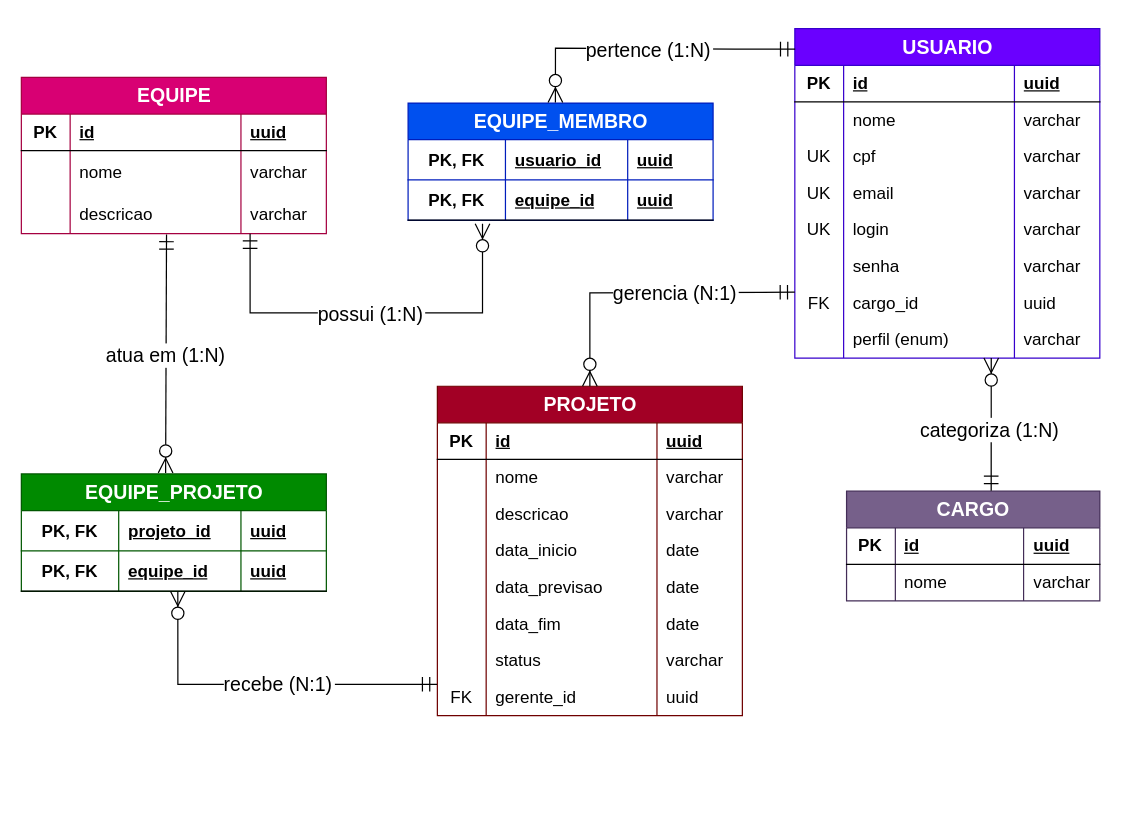
vBaggio/a3-psc-s1 keeps this draw.io diagram as docs/assets/a3.drawio. Above is the earlier version. Source tidied: cells renumbered, new cells numbered last; positions are measured from the earlier drawing's top-left corner, leaving out a move shared by most shapes. Both pictures are drawn from the tidied source at 122%, with x=0, y=0 at pixel (21, 28).
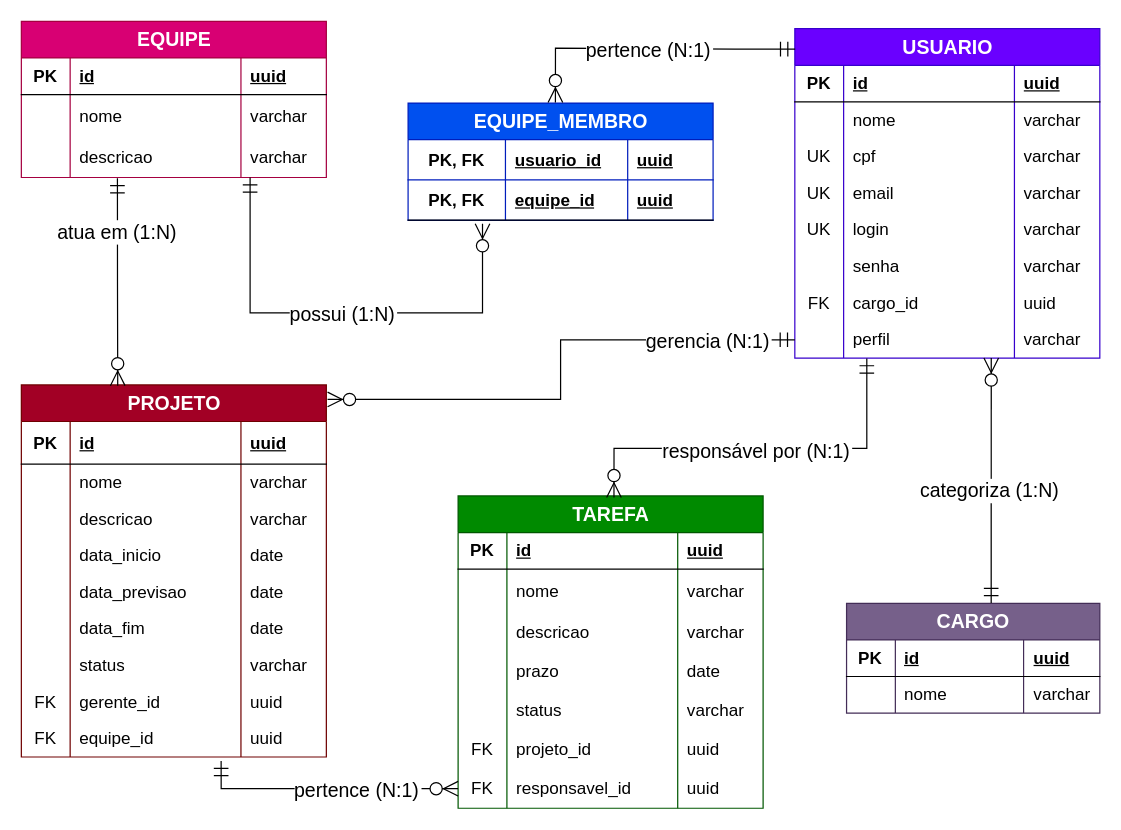
The same diagram, later.

Commit message (it also covers changes not shown here):
docs: atualizar diagramas e documentação da Sprint 8

Unchanged cells that the change refers to:
```xml
<mxCell id="35" value="&lt;font style=&quot;font-size: 16px;&quot;&gt;USUARIO&lt;/font&gt;" style="shape=table;startSize=30;childLayout=tableLayout;rowLines=0;fontStyle=1;align=center;html=1;fontSize=14;fillColor=#6a00ff;fontColor=#ffffff;strokeColor=#3700CC;" parent="1" vertex="1">
  <mxGeometry x="634" width="250" height="270" as="geometry" />
</mxCell>
<mxCell id="64" style="shape=tableRow;horizontal=0;startSize=0;swimlaneHead=0;swimlaneBody=0;fillColor=none;points=[[0,0.5],[1,0.5]];portConstraint=eastwest;top=0;left=0;right=0;bottom=0;fontSize=14;" parent="35" vertex="1">
  <mxGeometry y="240" width="250" height="30" as="geometry" />
</mxCell>
<mxCell id="88" style="shape=tableRow;horizontal=0;startSize=0;swimlaneHead=0;swimlaneBody=0;fillColor=none;points=[[0,0.5],[1,0.5]];portConstraint=eastwest;top=0;left=0;right=0;bottom=0;fontSize=14;" parent="79" vertex="1">
  <mxGeometry y="96" width="250" height="32" as="geometry" />
</mxCell>
<mxCell id="92" value="&lt;font style=&quot;font-size: 16px;&quot;&gt;EQUIPE_MEMBRO&lt;/font&gt;" style="shape=table;startSize=30;childLayout=tableLayout;rowLines=0;fontStyle=1;align=center;html=1;fontSize=14;fillColor=#0050ef;fontColor=#ffffff;strokeColor=#001DBC;" parent="1" vertex="1">
  <mxGeometry x="317" y="61" width="250" height="96.2" as="geometry" />
</mxCell>
```

Diff of the diagram source:
```diff
@@
     <mxCell id="2" value="&lt;font style=&quot;font-size: 16px;&quot;&gt;PROJETO&lt;/font&gt;" style="shape=table;startSize=30;childLayout=tableLayout;rowLines=0;fontStyle=1;align=center;html=1;fontSize=14;fillColor=#a20025;fontColor=#ffffff;strokeColor=#6F0000;" parent="1" vertex="1">
-      <mxGeometry x="341" y="293.1" width="250" height="270" as="geometry" />
+      <mxGeometry y="292" width="250" height="305" as="geometry" />
     </mxCell>
     <mxCell id="3" style="shape=tableRow;horizontal=0;startSize=0;swimlaneHead=0;swimlaneBody=0;fillColor=none;top=0;left=0;right=0;bottom=1;fontSize=14;" parent="2" vertex="1">
-      <mxGeometry y="30" width="250" height="30" as="geometry" />
+      <mxGeometry y="30" width="250" height="35" as="geometry" />
     </mxCell>
     <mxCell id="4" value="PK" style="shape=partialRectangle;fillColor=none;top=0;left=0;bottom=0;right=0;fontStyle=1;overflow=hidden;whiteSpace=wrap;html=1;fontSize=14;" parent="3" vertex="1">
-      <mxGeometry width="40" height="30" as="geometry" />
+      <mxGeometry width="40" height="35" as="geometry" />
     </mxCell>
     <mxCell id="5" value="id" style="shape=partialRectangle;fillColor=none;top=0;left=0;bottom=0;right=0;align=left;spacingLeft=6;fontStyle=5;overflow=hidden;whiteSpace=wrap;html=1;fontSize=14;" parent="3" vertex="1">
-      <mxGeometry x="40" width="140" height="30" as="geometry" />
+      <mxGeometry x="40" width="140" height="35" as="geometry" />
     </mxCell>
     <mxCell id="6" value="uuid" style="shape=partialRectangle;fillColor=none;top=0;left=0;bottom=0;right=0;align=left;spacingLeft=6;fontStyle=5;overflow=hidden;whiteSpace=wrap;html=1;fontSize=14;" parent="3" vertex="1">
-      <mxGeometry x="180" width="70" height="30" as="geometry" />
+      <mxGeometry x="180" width="70" height="35" as="geometry" />
     </mxCell>
     <mxCell id="7" style="shape=tableRow;horizontal=0;startSize=0;swimlaneHead=0;swimlaneBody=0;fillColor=none;top=0;left=0;right=0;bottom=0;fontSize=14;" parent="2" vertex="1">
-      <mxGeometry y="60" width="250" height="30" as="geometry" />
+      <mxGeometry y="65" width="250" height="30" as="geometry" />
     </mxCell>
@@
     <mxCell id="11" style="shape=tableRow;horizontal=0;startSize=0;swimlaneHead=0;swimlaneBody=0;fillColor=none;top=0;left=0;right=0;bottom=0;fontSize=14;" parent="2" vertex="1">
-      <mxGeometry y="90" width="250" height="30" as="geometry" />
+      <mxGeometry y="95" width="250" height="30" as="geometry" />
     </mxCell>
@@
     <mxCell id="15" style="shape=tableRow;horizontal=0;startSize=0;swimlaneHead=0;swimlaneBody=0;fillColor=none;top=0;left=0;right=0;bottom=0;fontSize=14;" parent="2" vertex="1">
-      <mxGeometry y="120" width="250" height="30" as="geometry" />
+      <mxGeometry y="125" width="250" height="30" as="geometry" />
     </mxCell>
@@
     <mxCell id="19" style="shape=tableRow;horizontal=0;startSize=0;swimlaneHead=0;swimlaneBody=0;fillColor=none;top=0;left=0;right=0;bottom=0;fontSize=14;" parent="2" vertex="1">
-      <mxGeometry y="150" width="250" height="30" as="geometry" />
+      <mxGeometry y="155" width="250" height="30" as="geometry" />
     </mxCell>
@@
     <mxCell id="23" style="shape=tableRow;horizontal=0;startSize=0;swimlaneHead=0;swimlaneBody=0;fillColor=none;top=0;left=0;right=0;bottom=0;fontSize=14;" parent="2" vertex="1">
-      <mxGeometry y="180" width="250" height="30" as="geometry" />
+      <mxGeometry y="185" width="250" height="30" as="geometry" />
     </mxCell>
@@
     <mxCell id="27" style="shape=tableRow;horizontal=0;startSize=0;swimlaneHead=0;swimlaneBody=0;fillColor=none;top=0;left=0;right=0;bottom=0;fontSize=14;" parent="2" vertex="1">
-      <mxGeometry y="210" width="250" height="30" as="geometry" />
+      <mxGeometry y="215" width="250" height="30" as="geometry" />
     </mxCell>
@@
-    <mxCell id="29" value="status&lt;span style=&quot;white-space: pre;&quot;&gt;&#9;&lt;/span&gt;" style="shape=partialRectangle;fillColor=none;top=0;left=0;bottom=0;right=0;align=left;spacingLeft=6;overflow=hidden;whiteSpace=wrap;html=1;fontSize=14;" parent="27" vertex="1">
+    <mxCell id="29" value="status" style="shape=partialRectangle;fillColor=none;top=0;left=0;bottom=0;right=0;align=left;spacingLeft=6;overflow=hidden;whiteSpace=wrap;html=1;fontSize=14;" parent="27" vertex="1">
       <mxGeometry x="40" width="140" height="30" as="geometry" />
     </mxCell>
@@
     <mxCell id="31" style="shape=tableRow;horizontal=0;startSize=0;swimlaneHead=0;swimlaneBody=0;fillColor=none;points=[[0,0.5],[1,0.5]];portConstraint=eastwest;top=0;left=0;right=0;bottom=0;fontSize=14;" parent="2" vertex="1">
-      <mxGeometry y="240" width="250" height="30" as="geometry" />
+      <mxGeometry y="245" width="250" height="30" as="geometry" />
     </mxCell>
@@
+    <mxCell id="114" style="shape=tableRow;horizontal=0;startSize=0;swimlaneHead=0;swimlaneBody=0;fillColor=none;points=[[0,0.5],[1,0.5]];portConstraint=eastwest;top=0;left=0;right=0;bottom=0;fontSize=14;" parent="2" vertex="1">
+      <mxGeometry y="275" width="250" height="30" as="geometry" />
+    </mxCell>
+    <mxCell id="115" value="FK" style="shape=partialRectangle;fillColor=none;top=0;left=0;bottom=0;right=0;overflow=hidden;whiteSpace=wrap;html=1;fontSize=14;" parent="114" vertex="1">
+      <mxGeometry width="40" height="30" as="geometry" />
+    </mxCell>
+    <mxCell id="110" value="equipe_id" style="shape=partialRectangle;fillColor=none;top=0;left=0;bottom=0;right=0;align=left;spacingLeft=6;overflow=hidden;whiteSpace=wrap;html=1;fontSize=14;" parent="114" vertex="1">
+      <mxGeometry x="40" width="140" height="30" as="geometry" />
+    </mxCell>
+    <mxCell id="116" value="uuid" style="shape=partialRectangle;fillColor=none;top=0;left=0;bottom=0;right=0;align=left;spacingLeft=6;overflow=hidden;whiteSpace=wrap;html=1;fontSize=14;" parent="114" vertex="1">
+      <mxGeometry x="180" width="70" height="30" as="geometry" />
+    </mxCell>
@@
-    <mxCell id="66" value="perfil (enum)" style="shape=partialRectangle;fillColor=none;top=0;left=0;bottom=0;right=0;align=left;spacingLeft=6;overflow=hidden;whiteSpace=wrap;html=1;fontSize=14;" parent="64" vertex="1">
+    <mxCell id="66" value="perfil" style="shape=partialRectangle;fillColor=none;top=0;left=0;bottom=0;right=0;align=left;spacingLeft=6;overflow=hidden;whiteSpace=wrap;html=1;fontSize=14;" parent="64" vertex="1">
       <mxGeometry x="40" width="140" height="30" as="geometry" />
     </mxCell>
@@
     <mxCell id="68" value="&lt;span style=&quot;font-size: 16px;&quot;&gt;CARGO&lt;/span&gt;" style="shape=table;startSize=30;childLayout=tableLayout;rowLines=0;fontStyle=1;align=center;html=1;fontSize=14;fillColor=#76608a;fontColor=#ffffff;strokeColor=#432D57;" parent="1" vertex="1">
-      <mxGeometry x="676.4" y="379.1" width="207.6" height="90" as="geometry" />
+      <mxGeometry x="676.4" y="471" width="207.6" height="90" as="geometry" />
     </mxCell>
@@
-    <mxCell id="78" value="gerencia (N:1)" style="startArrow=ERmandOne;startSize=10;endArrow=ERzeroToMany;endSize=10;entryX=0.5;entryY=0;rounded=0;entryDx=0;entryDy=0;exitX=-0.003;exitY=0.126;exitDx=0;exitDy=0;exitPerimeter=0;edgeStyle=orthogonalEdgeStyle;fontSize=16;" parent="1" edge="1" target="2">
-      <mxGeometry x="-0.2" relative="1" as="geometry">
-        <mxPoint x="634" y="216" as="sourcePoint" />
-      </mxGeometry>
+    <mxCell id="78" value="gerencia (N:1)" style="startArrow=ERmandOne;startSize=10;endArrow=ERzeroToMany;endSize=10;entryX=1.004;entryY=0.039;rounded=0;entryDx=0;entryDy=0;exitX=0;exitY=0.5;exitDx=0;exitDy=0;edgeStyle=orthogonalEdgeStyle;fontSize=16;entryPerimeter=0;" parent="1" edge="1" source="64" target="2">
+      <mxGeometry x="-0.67" relative="1" as="geometry" />
     </mxCell>
     <mxCell id="79" value="&lt;font style=&quot;font-size: 16px;&quot;&gt;EQUIPE&lt;/font&gt;" style="shape=table;startSize=30;childLayout=tableLayout;rowLines=0;fontStyle=1;align=center;html=1;fontSize=14;fillColor=#d80073;fontColor=#ffffff;strokeColor=#A50040;" parent="1" vertex="1">
-      <mxGeometry y="40" width="250" height="128" as="geometry" />
+      <mxGeometry y="-6" width="250" height="128" as="geometry" />
     </mxCell>
@@
-    <mxCell id="102" value="pertence (1:N)" style="startArrow=ERmandOne;startSize=10;endArrow=ERzeroToMany;endSize=10;rounded=0;exitX=0.001;exitY=0.062;exitDx=0;exitDy=0;exitPerimeter=0;entryX=0.483;entryY=-0.005;entryDx=0;entryDy=0;entryPerimeter=0;edgeStyle=orthogonalEdgeStyle;fontSize=16;" parent="1" edge="1" source="35" target="92">
+    <mxCell id="102" value="pertence (N:1)" style="startArrow=ERmandOne;startSize=10;endArrow=ERzeroToMany;endSize=10;rounded=0;exitX=0.001;exitY=0.062;exitDx=0;exitDy=0;exitPerimeter=0;entryX=0.483;entryY=-0.005;entryDx=0;entryDy=0;entryPerimeter=0;edgeStyle=orthogonalEdgeStyle;fontSize=16;" parent="1" edge="1" source="35" target="92">
       <mxGeometry relative="1" as="geometry">
         <Array as="points">
           <mxPoint x="585" y="17" />
           <mxPoint x="407" y="16" />
         </Array>
       </mxGeometry>
     </mxCell>
-    <mxCell id="103" value="&lt;font style=&quot;font-size: 16px;&quot;&gt;EQUIPE_PROJETO&lt;/font&gt;" style="shape=table;startSize=30;childLayout=tableLayout;rowLines=0;fontStyle=1;align=center;html=1;fontSize=14;fillColor=#008a00;fontColor=#ffffff;strokeColor=#005700;" parent="1" vertex="1">
-      <mxGeometry y="365" width="250" height="96.2" as="geometry" />
-    </mxCell>
-    <mxCell id="104" style="shape=tableRow;horizontal=0;startSize=0;swimlaneHead=0;swimlaneBody=0;fillColor=none;top=0;left=0;right=0;bottom=1;fontSize=14;strokeColor=inherit;strokeWidth=1;" parent="103" vertex="1">
-      <mxGeometry y="30" width="250" height="33" as="geometry" />
-    </mxCell>
-    <mxCell id="105" value="PK, FK" style="shape=partialRectangle;fillColor=none;top=0;left=0;bottom=0;right=0;fontStyle=1;overflow=hidden;whiteSpace=wrap;html=1;fontSize=14;" parent="104" vertex="1">
-      <mxGeometry width="79.8" height="33" as="geometry" />
-    </mxCell>
+    <mxCell id="113" value="atua em (1:N)" style="startArrow=ERmandOne;startSize=10;endArrow=ERzeroToMany;endSize=10;rounded=0;fontSize=16;edgeStyle=orthogonalEdgeStyle;exitX=0.315;exitY=1.019;exitDx=0;exitDy=0;exitPerimeter=0;entryX=0.316;entryY=0.002;entryDx=0;entryDy=0;entryPerimeter=0;" parent="1" edge="1" source="88" target="2">
+      <mxGeometry x="-0.49" relative="1" as="geometry" />
+    </mxCell>
+    <mxCell id="117" value="&lt;span style=&quot;font-size: 16px;&quot;&gt;TAREFA&lt;/span&gt;" style="shape=table;startSize=30;childLayout=tableLayout;rowLines=0;fontStyle=1;align=center;html=1;fontSize=14;fillColor=#008a00;fontColor=#ffffff;strokeColor=#005700;" parent="1" vertex="1">
+      <mxGeometry x="358" y="383" width="250" height="256" as="geometry" />
+    </mxCell>
+    <mxCell id="118" style="shape=tableRow;horizontal=0;startSize=0;swimlaneHead=0;swimlaneBody=0;fillColor=none;top=0;left=0;right=0;bottom=1;fontSize=14;" parent="117" vertex="1">
+      <mxGeometry y="30" width="250" height="30" as="geometry" />
+    </mxCell>
+    <mxCell id="119" value="PK" style="shape=partialRectangle;fillColor=none;top=0;left=0;bottom=0;right=0;fontStyle=1;overflow=hidden;whiteSpace=wrap;html=1;fontSize=14;" parent="118" vertex="1">
+      <mxGeometry width="40" height="30" as="geometry" />
+    </mxCell>
+    <mxCell id="120" value="id" style="shape=partialRectangle;fillColor=none;top=0;left=0;bottom=0;right=0;align=left;spacingLeft=6;fontStyle=5;overflow=hidden;whiteSpace=wrap;html=1;fontSize=14;" parent="118" vertex="1">
+      <mxGeometry x="40" width="140" height="30" as="geometry" />
+    </mxCell>
+    <mxCell id="121" value="uuid" style="shape=partialRectangle;fillColor=none;top=0;left=0;bottom=0;right=0;align=left;spacingLeft=6;fontStyle=5;overflow=hidden;whiteSpace=wrap;html=1;fontSize=14;" parent="118" vertex="1">
+      <mxGeometry x="180" width="70" height="30" as="geometry" />
+    </mxCell>
+    <mxCell id="122" style="shape=tableRow;horizontal=0;startSize=0;swimlaneHead=0;swimlaneBody=0;fillColor=none;top=0;left=0;right=0;bottom=0;fontSize=14;" parent="117" vertex="1">
+      <mxGeometry y="60" width="250" height="36" as="geometry" />
+    </mxCell>
+    <mxCell id="123" style="shape=partialRectangle;fillColor=none;top=0;left=0;bottom=0;right=0;overflow=hidden;whiteSpace=wrap;html=1;fontSize=14;" parent="122" vertex="1">
+      <mxGeometry width="40" height="36" as="geometry" />
+    </mxCell>
+    <mxCell id="124" value="nome" style="shape=partialRectangle;fillColor=none;top=0;left=0;bottom=0;right=0;align=left;spacingLeft=6;overflow=hidden;whiteSpace=wrap;html=1;fontSize=14;" parent="122" vertex="1">
+      <mxGeometry x="40" width="140" height="36" as="geometry" />
+    </mxCell>
+    <mxCell id="125" value="varchar" style="shape=partialRectangle;fillColor=none;top=0;left=0;bottom=0;right=0;align=left;spacingLeft=6;overflow=hidden;whiteSpace=wrap;html=1;fontSize=14;" parent="122" vertex="1">
+      <mxGeometry x="180" width="70" height="36" as="geometry" />
+    </mxCell>
+    <mxCell id="126" style="shape=tableRow;horizontal=0;startSize=0;swimlaneHead=0;swimlaneBody=0;fillColor=none;top=0;left=0;right=0;bottom=0;fontSize=14;" parent="117" vertex="1">
+      <mxGeometry y="96" width="250" height="32" as="geometry" />
+    </mxCell>
+    <mxCell id="127" style="shape=partialRectangle;fillColor=none;top=0;left=0;bottom=0;right=0;overflow=hidden;whiteSpace=wrap;html=1;fontSize=14;" parent="126" vertex="1">
+      <mxGeometry width="40" height="32" as="geometry" />
+    </mxCell>
+    <mxCell id="128" value="descricao" style="shape=partialRectangle;fillColor=none;top=0;left=0;bottom=0;right=0;align=left;spacingLeft=6;overflow=hidden;whiteSpace=wrap;html=1;fontSize=14;" parent="126" vertex="1">
+      <mxGeometry x="40" width="140" height="32" as="geometry" />
+    </mxCell>
+    <mxCell id="129" value="varchar" style="shape=partialRectangle;fillColor=none;top=0;left=0;bottom=0;right=0;align=left;spacingLeft=6;overflow=hidden;whiteSpace=wrap;html=1;fontSize=14;" parent="126" vertex="1">
+      <mxGeometry x="180" width="70" height="32" as="geometry" />
+    </mxCell>
+    <mxCell id="130" style="shape=tableRow;horizontal=0;startSize=0;swimlaneHead=0;swimlaneBody=0;fillColor=none;top=0;left=0;right=0;bottom=0;fontSize=14;" parent="117" vertex="1">
+      <mxGeometry y="128" width="250" height="32" as="geometry" />
+    </mxCell>
+    <mxCell id="131" style="shape=partialRectangle;fillColor=none;top=0;left=0;bottom=0;right=0;overflow=hidden;whiteSpace=wrap;html=1;fontSize=14;" parent="130" vertex="1">
+      <mxGeometry width="40" height="32" as="geometry" />
+    </mxCell>
+    <mxCell id="132" value="prazo" style="shape=partialRectangle;fillColor=none;top=0;left=0;bottom=0;right=0;align=left;spacingLeft=6;overflow=hidden;whiteSpace=wrap;html=1;fontSize=14;" parent="130" vertex="1">
+      <mxGeometry x="40" width="140" height="32" as="geometry" />
+    </mxCell>
+    <mxCell id="133" value="date" style="shape=partialRectangle;fillColor=none;top=0;left=0;bottom=0;right=0;align=left;spacingLeft=6;overflow=hidden;whiteSpace=wrap;html=1;fontSize=14;" parent="130" vertex="1">
+      <mxGeometry x="180" width="70" height="32" as="geometry" />
+    </mxCell>
+    <mxCell id="134" style="shape=tableRow;horizontal=0;startSize=0;swimlaneHead=0;swimlaneBody=0;fillColor=none;top=0;left=0;right=0;bottom=0;fontSize=14;" parent="117" vertex="1">
+      <mxGeometry y="160" width="250" height="32" as="geometry" />
+    </mxCell>
+    <mxCell id="135" style="shape=partialRectangle;fillColor=none;top=0;left=0;bottom=0;right=0;overflow=hidden;whiteSpace=wrap;html=1;fontSize=14;" parent="134" vertex="1">
+      <mxGeometry width="40" height="32" as="geometry" />
+    </mxCell>
+    <mxCell id="136" value="status" style="shape=partialRectangle;fillColor=none;top=0;left=0;bottom=0;right=0;align=left;spacingLeft=6;overflow=hidden;whiteSpace=wrap;html=1;fontSize=14;" parent="134" vertex="1">
+      <mxGeometry x="40" width="140" height="32" as="geometry" />
+    </mxCell>
+    <mxCell id="137" value="varchar" style="shape=partialRectangle;fillColor=none;top=0;left=0;bottom=0;right=0;align=left;spacingLeft=6;overflow=hidden;whiteSpace=wrap;html=1;fontSize=14;" parent="134" vertex="1">
+      <mxGeometry x="180" width="70" height="32" as="geometry" />
+    </mxCell>
+    <mxCell id="138" style="shape=tableRow;horizontal=0;startSize=0;swimlaneHead=0;swimlaneBody=0;fillColor=none;top=0;left=0;right=0;bottom=0;fontSize=14;" parent="117" vertex="1">
+      <mxGeometry y="192" width="250" height="32" as="geometry" />
+    </mxCell>
+    <mxCell id="139" value="FK" style="shape=partialRectangle;fillColor=none;top=0;left=0;bottom=0;right=0;overflow=hidden;whiteSpace=wrap;html=1;fontSize=14;" parent="138" vertex="1">
+      <mxGeometry width="40" height="32" as="geometry" />
+    </mxCell>
-    <mxCell id="106" value="projeto_id" style="shape=partialRectangle;fillColor=none;top=0;left=0;bottom=0;right=0;align=left;spacingLeft=6;fontStyle=5;overflow=hidden;whiteSpace=wrap;html=1;fontSize=14;" parent="104" vertex="1">
-      <mxGeometry x="79.8" width="100.2" height="33" as="geometry" />
+    <mxCell id="106" value="projeto_id" style="shape=partialRectangle;fillColor=none;top=0;left=0;bottom=0;right=0;align=left;spacingLeft=6;overflow=hidden;whiteSpace=wrap;html=1;fontSize=14;" parent="138" vertex="1">
+      <mxGeometry x="40" width="140" height="32" as="geometry" />
     </mxCell>
-    <mxCell id="107" value="uuid" style="shape=partialRectangle;fillColor=none;top=0;left=0;bottom=0;right=0;align=left;spacingLeft=6;fontStyle=5;overflow=hidden;whiteSpace=wrap;html=1;fontSize=14;" parent="104" vertex="1">
-      <mxGeometry x="180" width="70" height="33" as="geometry" />
-    </mxCell>
-    <mxCell id="108" style="shape=tableRow;horizontal=0;startSize=0;swimlaneHead=0;swimlaneBody=0;fillColor=none;points=[[0,0.5],[1,0.5]];portConstraint=eastwest;top=0;left=0;right=0;bottom=1;fontSize=14;" parent="103" vertex="1">
-      <mxGeometry y="63" width="250" height="33" as="geometry" />
-    </mxCell>
-    <mxCell id="109" value="PK, FK" style="shape=partialRectangle;fillColor=none;top=0;left=0;bottom=0;right=0;fontStyle=1;overflow=hidden;whiteSpace=wrap;html=1;fontSize=14;" parent="108" vertex="1">
-      <mxGeometry width="79.8" height="33" as="geometry" />
-    </mxCell>
-    <mxCell id="110" value="equipe_id" style="shape=partialRectangle;fillColor=none;top=0;left=0;bottom=0;right=0;align=left;spacingLeft=6;fontStyle=5;overflow=hidden;whiteSpace=wrap;html=1;fontSize=14;" parent="108" vertex="1">
-      <mxGeometry x="79.8" width="100.2" height="33" as="geometry" />
-    </mxCell>
-    <mxCell id="111" value="uuid" style="shape=partialRectangle;fillColor=none;top=0;left=0;bottom=0;right=0;align=left;spacingLeft=6;fontStyle=5;overflow=hidden;whiteSpace=wrap;html=1;fontSize=14;" parent="108" vertex="1">
-      <mxGeometry x="180" width="70" height="33" as="geometry" />
-    </mxCell>
-    <mxCell id="112" value="recebe (N:1)" style="startArrow=ERmandOne;startSize=10;endArrow=ERzeroToMany;endSize=10;entryX=0.513;entryY=1.005;rounded=0;entryDx=0;entryDy=0;entryPerimeter=0;edgeStyle=orthogonalEdgeStyle;exitX=-0.001;exitY=0.143;exitDx=0;exitDy=0;exitPerimeter=0;fontSize=16;" parent="1" edge="1" source="31" target="108">
-      <mxGeometry x="-0.1" y="-1" relative="1" as="geometry" />
-    </mxCell>
-    <mxCell id="113" value="atua em (1:N)" style="startArrow=ERmandOne;startSize=10;endArrow=ERzeroToMany;endSize=10;entryX=0.473;entryY=-0.009;rounded=0;entryDx=0;entryDy=0;exitX=0.476;exitY=1.02;exitDx=0;exitDy=0;exitPerimeter=0;entryPerimeter=0;fontSize=16;" parent="1" edge="1" source="88" target="103">
-      <mxGeometry relative="1" as="geometry" />
-    </mxCell>
+    <mxCell id="140" value="uuid" style="shape=partialRectangle;fillColor=none;top=0;left=0;bottom=0;right=0;align=left;spacingLeft=6;overflow=hidden;whiteSpace=wrap;html=1;fontSize=14;" parent="138" vertex="1">
+      <mxGeometry x="180" width="70" height="32" as="geometry" />
+    </mxCell>
+    <mxCell id="141" style="shape=tableRow;horizontal=0;startSize=0;swimlaneHead=0;swimlaneBody=0;fillColor=none;points=[[0,0.5],[1,0.5]];portConstraint=eastwest;top=0;left=0;right=0;bottom=0;fontSize=14;" parent="117" vertex="1">
+      <mxGeometry y="224" width="250" height="32" as="geometry" />
+    </mxCell>
+    <mxCell id="142" value="FK" style="shape=partialRectangle;fillColor=none;top=0;left=0;bottom=0;right=0;overflow=hidden;whiteSpace=wrap;html=1;fontSize=14;" parent="141" vertex="1">
+      <mxGeometry width="40" height="32" as="geometry" />
+    </mxCell>
+    <mxCell id="143" value="responsavel_id" style="shape=partialRectangle;fillColor=none;top=0;left=0;bottom=0;right=0;align=left;spacingLeft=6;overflow=hidden;whiteSpace=wrap;html=1;fontSize=14;" parent="141" vertex="1">
+      <mxGeometry x="40" width="140" height="32" as="geometry" />
+    </mxCell>
+    <mxCell id="144" value="uuid" style="shape=partialRectangle;fillColor=none;top=0;left=0;bottom=0;right=0;align=left;spacingLeft=6;overflow=hidden;whiteSpace=wrap;html=1;fontSize=14;" parent="141" vertex="1">
+      <mxGeometry x="180" width="70" height="32" as="geometry" />
+    </mxCell>
+    <mxCell id="145" value="pertence (N:1)" style="startArrow=ERmandOne;startSize=10;endArrow=ERzeroToMany;endSize=10;rounded=0;fontSize=16;edgeStyle=orthogonalEdgeStyle;entryX=0;entryY=0.5;entryDx=0;entryDy=0;exitX=0.655;exitY=1.111;exitDx=0;exitDy=0;exitPerimeter=0;" parent="1" edge="1" source="114" target="141">
+      <mxGeometry x="0.24" relative="1" as="geometry">
+        <Array as="points">
+          <mxPoint x="164" y="623" />
+        </Array>
+      </mxGeometry>
+    </mxCell>
+    <mxCell id="146" value="responsável por (N:1)" style="startArrow=ERmandOne;startSize=10;endArrow=ERzeroToMany;endSize=10;rounded=0;fontSize=16;edgeStyle=orthogonalEdgeStyle;exitX=0.236;exitY=1.01;exitDx=0;exitDy=0;exitPerimeter=0;entryX=0.511;entryY=0.005;entryDx=0;entryDy=0;entryPerimeter=0;" parent="1" edge="1" source="64" target="117">
+      <mxGeometry x="0.02" y="1" relative="1" as="geometry">
+        <Array as="points">
+          <mxPoint x="693" y="344" />
+          <mxPoint x="486" y="344" />
+          <mxPoint x="486" y="384" />
+        </Array>
+      </mxGeometry>
+    </mxCell>
```
